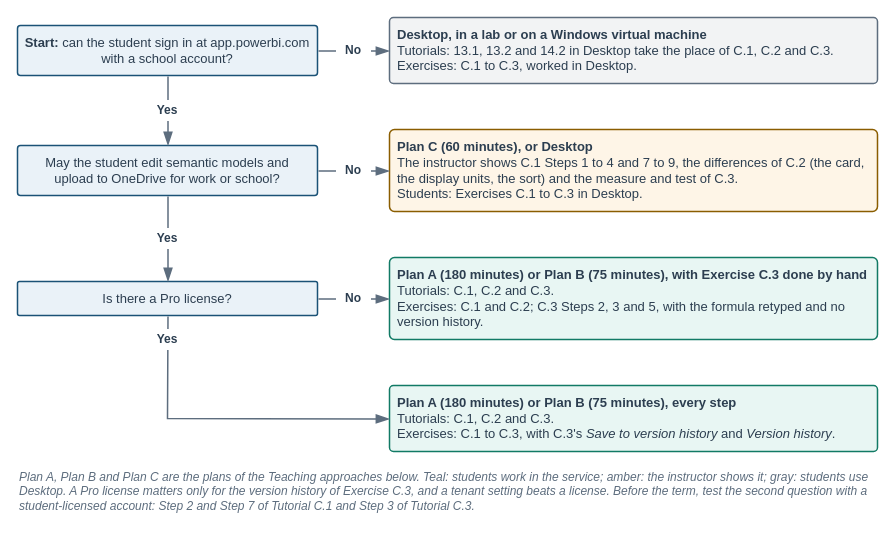
Above: facts/instructor/figures/appendix-c-power-bi-browser/IF-AC-0-A.drawio in mmcodesso/Accounting_Analytics_Book (draw.io), before the change. Source tidied: cells renumbered, new cells numbered last; positions are measured from the earlier drawing's top-left corner, leaving out a move shared by most shapes. Both pictures are drawn from the tidied source at 100%, with x=0, y=0 at pixel (17, 17).
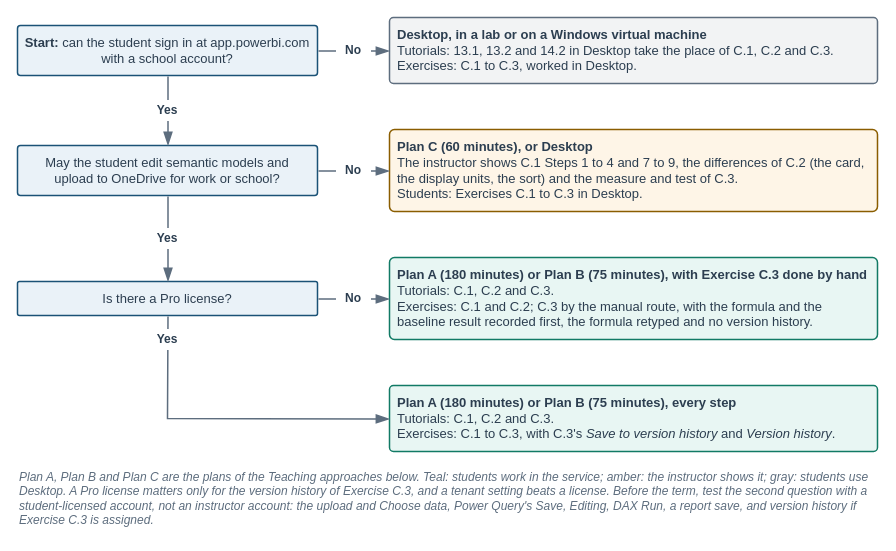
Above is the later version.

Diff of the diagram source:
```diff
@@
     <mxCell id="2" style="rounded=0;html=1;fillColor=none;strokeColor=none;" parent="1" vertex="1">
-      <mxGeometry width="860" height="501" as="geometry" />
+      <mxGeometry width="860" height="516" as="geometry" />
     </mxCell>
@@
-    <mxCell id="8" value="&lt;b&gt;Plan A (180 minutes) or Plan B (75 minutes), with Exercise C.3 done by hand&lt;/b&gt;&lt;br&gt;Tutorials: C.1, C.2 and C.3.&lt;br&gt;Exercises: C.1 and C.2; C.3 Steps 2, 3 and 5, with the formula retyped and no version history." style="rounded=1;arcSize=6;whiteSpace=wrap;html=1;fillColor=#E8F6F3;strokeColor=#117A65;strokeWidth=1.5;fontColor=#2C3E50;fontSize=13;fontStyle=0;align=left;verticalAlign=middle;fontFamily=Helvetica;spacingLeft=6;spacingRight=6;" parent="1" vertex="1">
+    <mxCell id="8" value="&lt;b&gt;Plan A (180 minutes) or Plan B (75 minutes), with Exercise C.3 done by hand&lt;/b&gt;&lt;br&gt;Tutorials: C.1, C.2 and C.3.&lt;br&gt;Exercises: C.1 and C.2; C.3 by the manual route, with the formula and the baseline result recorded first, the formula retyped and no version history." style="rounded=1;arcSize=6;whiteSpace=wrap;html=1;fillColor=#E8F6F3;strokeColor=#117A65;strokeWidth=1.5;fontColor=#2C3E50;fontSize=13;fontStyle=0;align=left;verticalAlign=middle;fontFamily=Helvetica;spacingLeft=6;spacingRight=6;" parent="1" vertex="1">
       <mxGeometry x="372" y="240" width="488" height="82" as="geometry" />
     </mxCell>
@@
-    <mxCell id="34" value="&lt;i&gt;Plan A, Plan B and Plan C are the plans of the Teaching approaches below. Teal: students work in the service; amber: the instructor shows it; gray: students use Desktop. A Pro license matters only for the version history of Exercise C.3, and a tenant setting beats a license. Before the term, test the second question with a student-licensed account: Step 2 and Step 7 of Tutorial C.1 and Step 3 of Tutorial C.3.&lt;/i&gt;" style="text;html=1;whiteSpace=wrap;align=left;verticalAlign=top;fontSize=12;fontColor=#5D6D7E;fontStyle=0;fontFamily=Helvetica;spacing=2;fillColor=none;strokeColor=none;" parent="1" vertex="1">
-      <mxGeometry y="446" width="860" height="53" as="geometry" />
+    <mxCell id="34" value="&lt;i&gt;Plan A, Plan B and Plan C are the plans of the Teaching approaches below. Teal: students work in the service; amber: the instructor shows it; gray: students use Desktop. A Pro license matters only for the version history of Exercise C.3, and a tenant setting beats a license. Before the term, test the second question with a student-licensed account, not an instructor account: the upload and Choose data, Power Query's Save, Editing, DAX Run, a report save, and version history if Exercise C.3 is assigned.&lt;/i&gt;" style="text;html=1;whiteSpace=wrap;align=left;verticalAlign=top;fontSize=12;fontColor=#5D6D7E;fontStyle=0;fontFamily=Helvetica;spacing=2;fillColor=none;strokeColor=none;" parent="1" vertex="1">
+      <mxGeometry y="446" width="860" height="68" as="geometry" />
     </mxCell>
```
